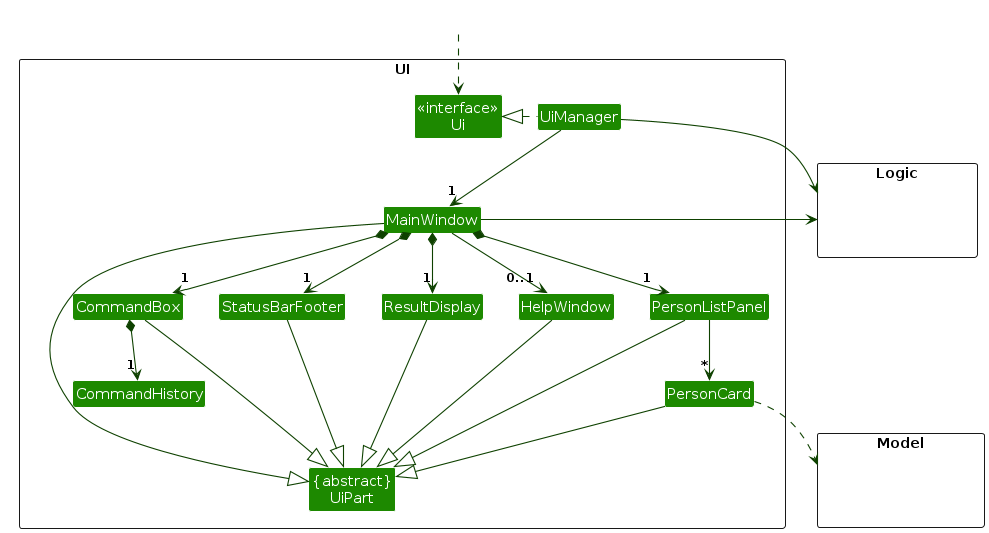
Earlier version of the PlantUML export diagrams/UiClassDiagram.png (AY2526S2-CS2103-F08-4/tp). Its source is kept beside it as diagrams/UiClassDiagram.puml. Its diagram source:
```plantuml
@startuml
!include style.puml
skinparam arrowThickness 1.1
skinparam arrowColor UI_COLOR_T4
skinparam classBackgroundColor UI_COLOR

package UI <<Rectangle>>{
Class "<<interface>>\nUi" as Ui
Class "{abstract}\nUiPart" as UiPart
Class UiManager
Class MainWindow
Class HelpWindow
Class ResultDisplay
Class PersonListPanel
Class PersonCard
Class StatusBarFooter
Class CommandBox
Class CommandHistory
}

package Model <<Rectangle>> {
Class HiddenModel #FFFFFF
}

package Logic <<Rectangle>> {
Class HiddenLogic #FFFFFF
}

Class HiddenOutside #FFFFFF
HiddenOutside ..> Ui

UiManager .left.|> Ui
UiManager -down-> "1" MainWindow
MainWindow *-down->  "1" CommandBox
MainWindow *-down-> "1" ResultDisplay
MainWindow *-down-> "1" PersonListPanel
MainWindow *-down-> "1" StatusBarFooter
MainWindow --> "0..1" HelpWindow

PersonListPanel -down-> "*" PersonCard

MainWindow -left-|> UiPart

ResultDisplay --|> UiPart
CommandBox --|> UiPart
PersonListPanel --|> UiPart
PersonCard --|> UiPart
StatusBarFooter --|> UiPart
HelpWindow --|> UiPart

CommandBox *-down-> "1" CommandHistory

PersonCard ..> Model
UiManager -right-> Logic
MainWindow -left-> Logic

PersonListPanel -[hidden]left- HelpWindow
HelpWindow -[hidden]left- ResultDisplay
ResultDisplay -[hidden]left- StatusBarFooter
StatusBarFooter -[hidden]left- CommandBox

MainWindow -[hidden]-|> UiPart
@enduml
```
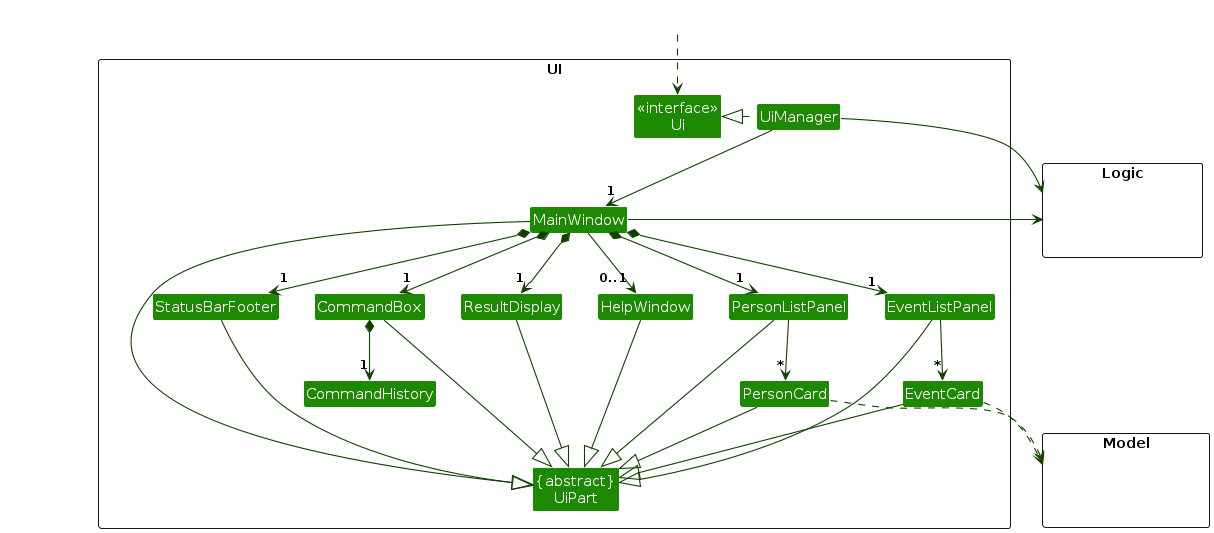
The same file after the commit.

Diff of the diagram source:
```diff
@@ -13,6 +13,8 @@
 Class ResultDisplay
 Class PersonListPanel
 Class PersonCard
+Class EventListPanel
+Class EventCard
 Class StatusBarFooter
 Class CommandBox
 Class CommandHistory
@@ -34,10 +36,12 @@
 MainWindow *-down->  "1" CommandBox
 MainWindow *-down-> "1" ResultDisplay
 MainWindow *-down-> "1" PersonListPanel
+MainWindow *-down-> "1" EventListPanel
 MainWindow *-down-> "1" StatusBarFooter
 MainWindow --> "0..1" HelpWindow
 
 PersonListPanel -down-> "*" PersonCard
+EventListPanel -down-> "*" EventCard
 
 MainWindow -left-|> UiPart
 
@@ -45,19 +49,22 @@
 CommandBox --|> UiPart
 PersonListPanel --|> UiPart
 PersonCard --|> UiPart
+EventListPanel --|> UiPart
+EventCard --|> UiPart
 StatusBarFooter --|> UiPart
 HelpWindow --|> UiPart
 
 CommandBox *-down-> "1" CommandHistory
 
 PersonCard ..> Model
+EventCard ..> Model
 UiManager -right-> Logic
 MainWindow -left-> Logic
 
+EventListPanel -[hidden]left- PersonListPanel
 PersonListPanel -[hidden]left- HelpWindow
-HelpWindow -[hidden]left- ResultDisplay
-ResultDisplay -[hidden]left- StatusBarFooter
-StatusBarFooter -[hidden]left- CommandBox
+HelpWindow -[hidden]left- StatusBarFooter
+ResultDisplay -[hidden]left- CommandBox
 
 MainWindow -[hidden]-|> UiPart
 @enduml
```
